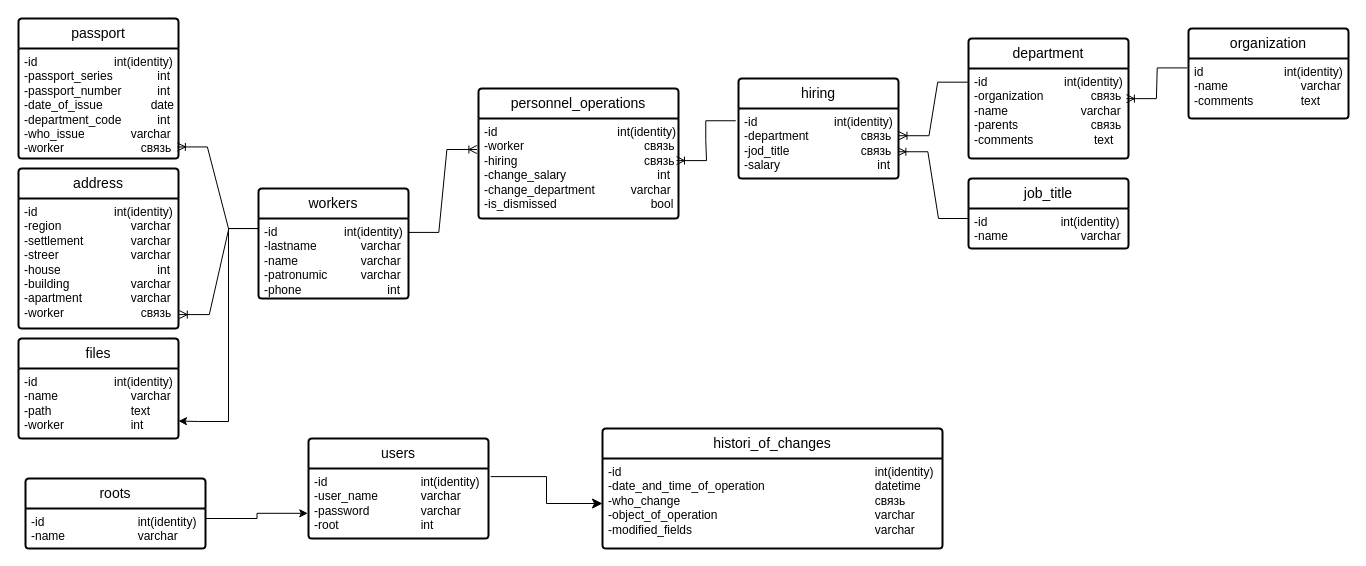
Earlier version of the draw.io diagram docs/db.drawio (Bleh23325/areal-hr-test-2024). Source tidied: cells renumbered, new cells numbered last; positions are measured from the earlier drawing's top-left corner, leaving out a move shared by most shapes. Both pictures are drawn from the tidied source at 100%, with x=0, y=0 at pixel (18, 18).
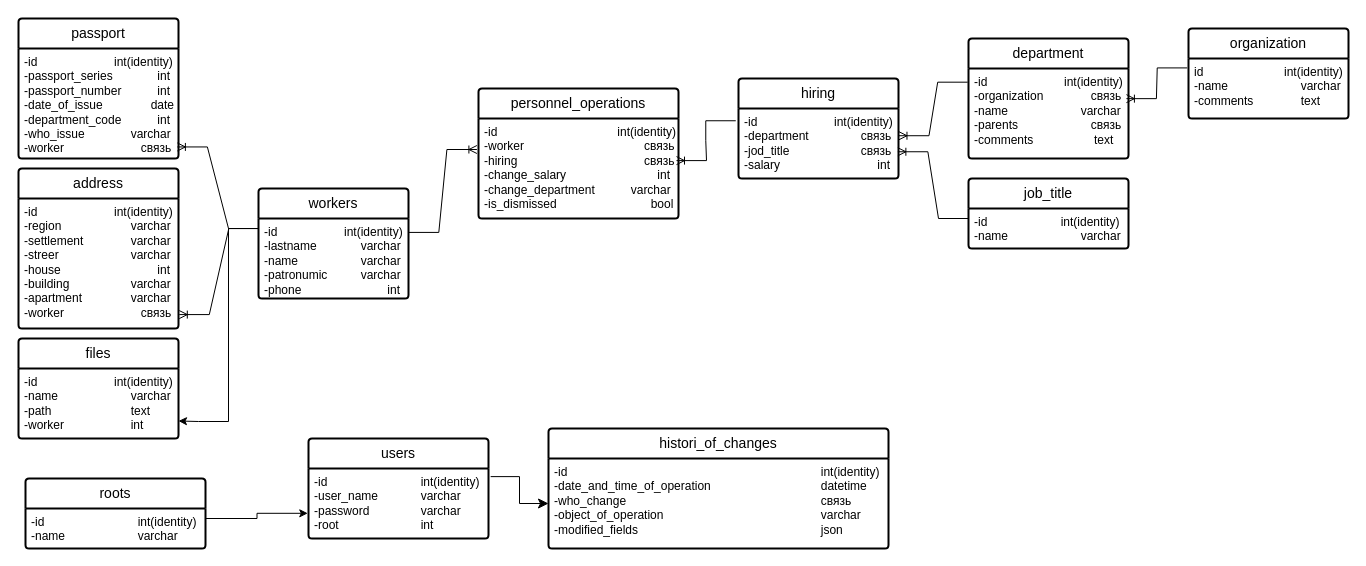
The same page after the edit.

The edit, as a diff of the source:
```diff
@@
     <mxCell id="27" value="histori_of_changes" style="swimlane;horizontal=1;startSize=30;rounded=1;fontSize=14;fontStyle=0;strokeWidth=2;shadow=0;dashed=0;align=center;arcSize=4;whiteSpace=wrap;html=1;" parent="1" vertex="1">
-      <mxGeometry x="584" y="410" width="340" height="120" as="geometry" />
+      <mxGeometry x="530" y="410" width="340" height="120" as="geometry" />
     </mxCell>
-    <mxCell id="28" value="-id&lt;span style=&quot;white-space: pre;&quot;&gt;&#9;&lt;/span&gt;&lt;span style=&quot;white-space: pre;&quot;&gt;&#9;&lt;/span&gt;&lt;span style=&quot;white-space: pre;&quot;&gt;&#9;&lt;/span&gt;&lt;span style=&quot;white-space-collapse: preserve;&quot;&gt;&amp;nbsp;   &lt;span style=&quot;white-space: pre;&quot;&gt;&#9;&lt;/span&gt;&lt;span style=&quot;white-space: pre;&quot;&gt;&#9;&lt;/span&gt;&lt;span style=&quot;white-space: pre;&quot;&gt;&#9;&lt;/span&gt;&lt;span style=&quot;white-space: pre;&quot;&gt;&#9;&lt;/span&gt;&lt;span style=&quot;white-space: pre;&quot;&gt;&#9;&lt;/span&gt;&lt;span style=&quot;white-space: pre;&quot;&gt;&#9;&lt;/span&gt;&lt;span style=&quot;white-space: pre;&quot;&gt;&#9;&lt;/span&gt;&lt;/span&gt;int(identity)&lt;div&gt;-date_and_time_of_operation&lt;span style=&quot;white-space: pre;&quot;&gt;&#9;&lt;/span&gt;&lt;span style=&quot;white-space: pre;&quot;&gt;&#9;&lt;/span&gt;&lt;span style=&quot;white-space: pre;&quot;&gt;&#9;&lt;/span&gt;&lt;span style=&quot;white-space: pre;&quot;&gt;&#9;&lt;/span&gt;&lt;span style=&quot;white-space: pre;&quot;&gt;&#9;&lt;/span&gt;datetime&lt;/div&gt;&lt;div&gt;-who_change&lt;span style=&quot;white-space: pre;&quot;&gt;&#9;&lt;/span&gt;&lt;span style=&quot;white-space: pre;&quot;&gt;&#9;&lt;/span&gt;&lt;span style=&quot;white-space: pre;&quot;&gt;&#9;&lt;/span&gt;&lt;span style=&quot;white-space: pre;&quot;&gt;&#9;&lt;/span&gt;&lt;span style=&quot;white-space: pre;&quot;&gt;&#9;&lt;/span&gt;&lt;span style=&quot;white-space: pre;&quot;&gt;&#9;&lt;/span&gt;&lt;span style=&quot;white-space: pre;&quot;&gt;&#9;&lt;span style=&quot;white-space: pre;&quot;&gt;&#9;&lt;/span&gt;с&lt;/span&gt;вязь&lt;/div&gt;&lt;div&gt;-object_of_operation&lt;span style=&quot;white-space: pre;&quot;&gt;&#9;&lt;/span&gt;&lt;span style=&quot;white-space: pre;&quot;&gt;&#9;&lt;/span&gt;&lt;span style=&quot;white-space: pre;&quot;&gt;&#9;&lt;/span&gt;&lt;span style=&quot;white-space: pre;&quot;&gt;&#9;&lt;/span&gt;&lt;span style=&quot;white-space: pre;&quot;&gt;&#9;&lt;/span&gt;&lt;span style=&quot;white-space: pre;&quot;&gt;&#9;&lt;/span&gt;varchar&lt;/div&gt;&lt;div&gt;-modified_fields&lt;span style=&quot;white-space: pre;&quot;&gt;&#9;&lt;/span&gt;&lt;span style=&quot;white-space: pre;&quot;&gt;&#9;&lt;/span&gt;&lt;span style=&quot;white-space: pre;&quot;&gt;&#9;&lt;/span&gt;&lt;span style=&quot;white-space: pre;&quot;&gt;&#9;&lt;/span&gt;&lt;span style=&quot;white-space: pre;&quot;&gt;&#9;&lt;span style=&quot;white-space: pre;&quot;&gt;&#9;&lt;/span&gt;&lt;span style=&quot;white-space: pre;&quot;&gt;&#9;&lt;/span&gt;v&lt;/span&gt;archar&lt;span style=&quot;white-space: pre;&quot;&gt;&#9;&lt;/span&gt;&lt;span style=&quot;white-space: pre;&quot;&gt;&#9;&lt;/span&gt;&lt;/div&gt;" style="align=left;strokeColor=none;fillColor=none;spacingLeft=4;fontSize=12;verticalAlign=top;html=1;" parent="27" vertex="1">
+    <mxCell id="28" value="-id&lt;span style=&quot;white-space: pre;&quot;&gt;&#9;&lt;/span&gt;&lt;span style=&quot;white-space: pre;&quot;&gt;&#9;&lt;/span&gt;&lt;span style=&quot;white-space: pre;&quot;&gt;&#9;&lt;/span&gt;&lt;span style=&quot;white-space-collapse: preserve;&quot;&gt;&amp;nbsp;   &lt;span style=&quot;white-space: pre;&quot;&gt;&#9;&lt;/span&gt;&lt;span style=&quot;white-space: pre;&quot;&gt;&#9;&lt;/span&gt;&lt;span style=&quot;white-space: pre;&quot;&gt;&#9;&lt;/span&gt;&lt;span style=&quot;white-space: pre;&quot;&gt;&#9;&lt;/span&gt;&lt;span style=&quot;white-space: pre;&quot;&gt;&#9;&lt;/span&gt;&lt;span style=&quot;white-space: pre;&quot;&gt;&#9;&lt;/span&gt;&lt;span style=&quot;white-space: pre;&quot;&gt;&#9;&lt;/span&gt;&lt;/span&gt;int(identity)&lt;div&gt;-date_and_time_of_operation&lt;span style=&quot;white-space: pre;&quot;&gt;&#9;&lt;/span&gt;&lt;span style=&quot;white-space: pre;&quot;&gt;&#9;&lt;/span&gt;&lt;span style=&quot;white-space: pre;&quot;&gt;&#9;&lt;/span&gt;&lt;span style=&quot;white-space: pre;&quot;&gt;&#9;&lt;/span&gt;&lt;span style=&quot;white-space: pre;&quot;&gt;&#9;&lt;/span&gt;datetime&lt;/div&gt;&lt;div&gt;-who_change&lt;span style=&quot;white-space: pre;&quot;&gt;&#9;&lt;/span&gt;&lt;span style=&quot;white-space: pre;&quot;&gt;&#9;&lt;/span&gt;&lt;span style=&quot;white-space: pre;&quot;&gt;&#9;&lt;/span&gt;&lt;span style=&quot;white-space: pre;&quot;&gt;&#9;&lt;/span&gt;&lt;span style=&quot;white-space: pre;&quot;&gt;&#9;&lt;/span&gt;&lt;span style=&quot;white-space: pre;&quot;&gt;&#9;&lt;/span&gt;&lt;span style=&quot;white-space: pre;&quot;&gt;&#9;&lt;span style=&quot;white-space: pre;&quot;&gt;&#9;&lt;/span&gt;с&lt;/span&gt;вязь&lt;/div&gt;&lt;div&gt;-object_of_operation&lt;span style=&quot;white-space: pre;&quot;&gt;&#9;&lt;/span&gt;&lt;span style=&quot;white-space: pre;&quot;&gt;&#9;&lt;/span&gt;&lt;span style=&quot;white-space: pre;&quot;&gt;&#9;&lt;/span&gt;&lt;span style=&quot;white-space: pre;&quot;&gt;&#9;&lt;/span&gt;&lt;span style=&quot;white-space: pre;&quot;&gt;&#9;&lt;/span&gt;&lt;span style=&quot;white-space: pre;&quot;&gt;&#9;&lt;/span&gt;varchar&lt;/div&gt;&lt;div&gt;-modified_fields&lt;span style=&quot;white-space: pre;&quot;&gt;&#9;&lt;/span&gt;&lt;span style=&quot;white-space: pre;&quot;&gt;&#9;&lt;/span&gt;&lt;span style=&quot;white-space: pre;&quot;&gt;&#9;&lt;/span&gt;&lt;span style=&quot;white-space: pre;&quot;&gt;&#9;&lt;/span&gt;&lt;span style=&quot;white-space: pre;&quot;&gt;&#9;&lt;span style=&quot;white-space: pre;&quot;&gt;&#9;&lt;/span&gt;&lt;span style=&quot;white-space: pre;&quot;&gt;&#9;&lt;/span&gt;j&lt;/span&gt;son&lt;/div&gt;" style="align=left;strokeColor=none;fillColor=none;spacingLeft=4;fontSize=12;verticalAlign=top;html=1;" parent="27" vertex="1">
       <mxGeometry y="30" width="340" height="90" as="geometry" />
     </mxCell>
```
